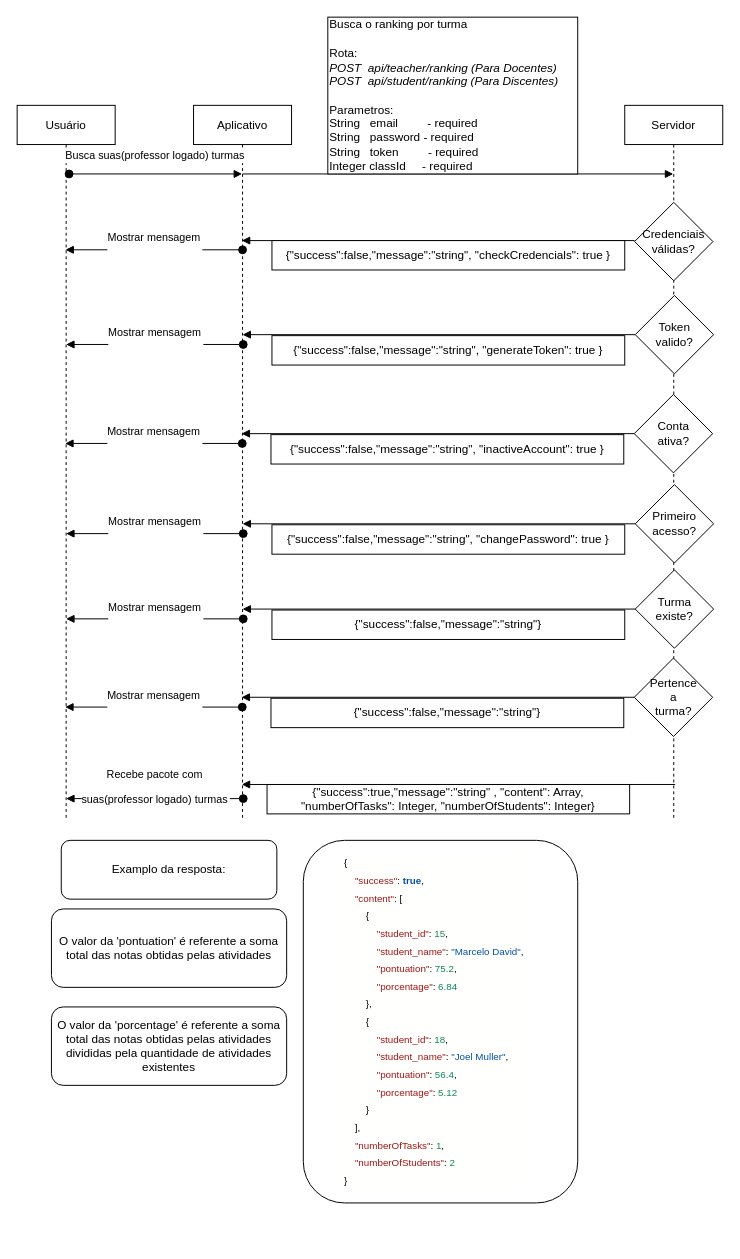
Above: rankingPorTurma-API.drawio in Projeto-Integrador-6/Backend (draw.io), before the change. Source tidied: cells renumbered, new cells numbered last; positions are measured from the earlier drawing's top-left corner, leaving out a move shared by most shapes. Both pictures are drawn from the tidied source at 98%, with x=0, y=0 at pixel (17, 17).
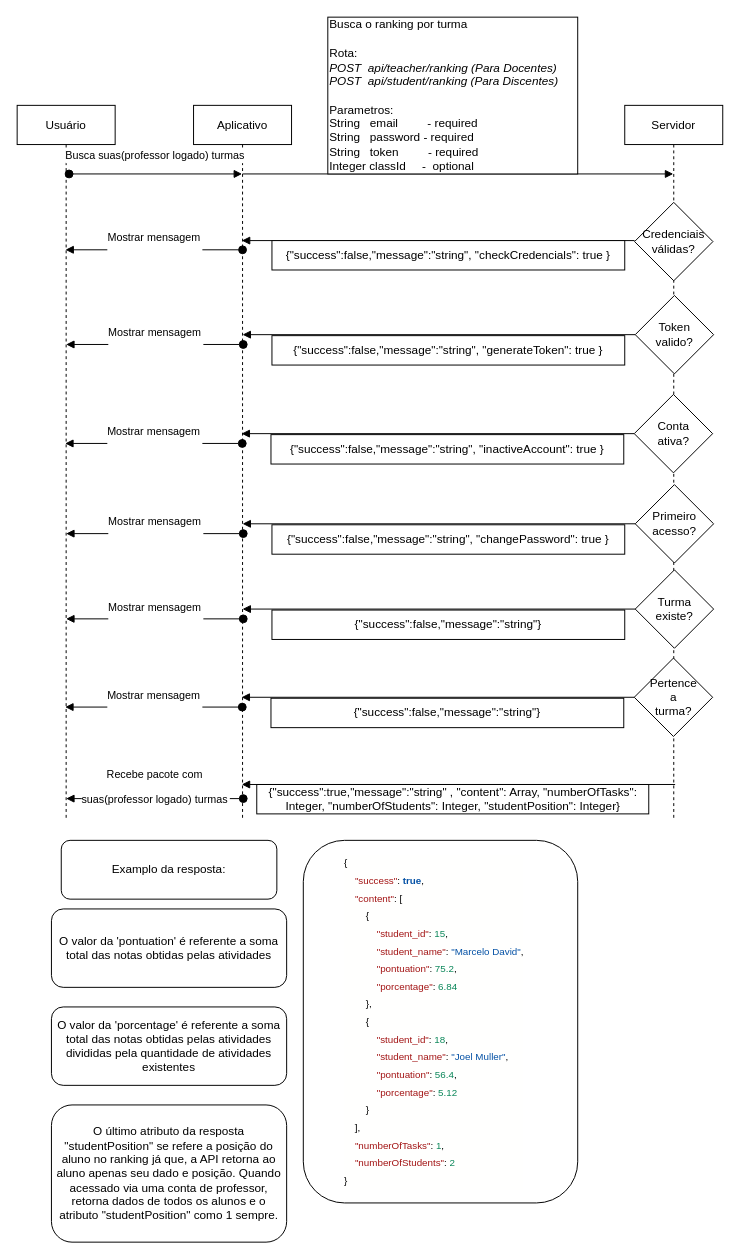
After the change.

Commit message (it also covers changes not shown here):
Updated Ranking method documentation

Change to the diagram source:
```diff
@@
-    <mxCell id="16" value="&lt;div align=&quot;left&quot;&gt;Busca o ranking por turma&lt;br&gt;&lt;/div&gt;&lt;div align=&quot;left&quot;&gt;&lt;br&gt;&lt;/div&gt;&lt;div align=&quot;left&quot;&gt;Rota: &lt;br&gt;&lt;/div&gt;&lt;div align=&quot;left&quot;&gt;&lt;i&gt;POST&amp;nbsp; api/teacher/ranking (Para Docentes)&lt;/i&gt;&lt;/div&gt;&lt;div align=&quot;left&quot;&gt;&lt;i&gt;POST&amp;nbsp; api/student/ranking (Para Discentes)&lt;/i&gt;&lt;span style=&quot;color: rgb(33, 33, 33); font-family: Inter, OpenSans, Helvetica, Arial, sans-serif; font-size: 12px; font-style: normal; font-variant-ligatures: normal; font-variant-caps: normal; font-weight: 400; letter-spacing: normal; text-align: left; text-indent: 0px; text-transform: none; word-spacing: 0px; -webkit-text-stroke-width: 0px; background-color: rgb(255, 255, 255); text-decoration-thickness: initial; text-decoration-style: initial; text-decoration-color: initial; display: inline !important; float: none;&quot;&gt;&lt;/span&gt;&lt;/div&gt;&lt;div align=&quot;left&quot;&gt;&lt;br&gt;&lt;/div&gt;&lt;div align=&quot;left&quot;&gt;Parametros: &lt;br&gt;&lt;/div&gt;&lt;div align=&quot;left&quot;&gt;String&amp;nbsp;&amp;nbsp; email &amp;nbsp; &amp;nbsp; &amp;nbsp; &amp;nbsp; &lt;span style=&quot;&quot;&gt;&#9;&lt;/span&gt;- required&lt;br&gt;&lt;/div&gt;&lt;div align=&quot;left&quot;&gt;String&amp;nbsp;&amp;nbsp; password - required&lt;br&gt;&lt;/div&gt;&lt;div&gt;String&amp;nbsp;&amp;nbsp; token &lt;span style=&quot;&quot;&gt;&#9;&lt;/span&gt;&amp;nbsp;&amp;nbsp;&amp;nbsp;&amp;nbsp; &amp;nbsp;&amp;nbsp; - required&lt;/div&gt;&lt;div&gt;Integer classId&amp;nbsp;&amp;nbsp;&amp;nbsp;&amp;nbsp; - required&lt;br&gt;&lt;/div&gt;" style="rounded=0;whiteSpace=wrap;html=1;align=left;" parent="1" vertex="1">
+    <mxCell id="16" value="&lt;div align=&quot;left&quot;&gt;Busca o ranking por turma&lt;br&gt;&lt;/div&gt;&lt;div align=&quot;left&quot;&gt;&lt;br&gt;&lt;/div&gt;&lt;div align=&quot;left&quot;&gt;Rota: &lt;br&gt;&lt;/div&gt;&lt;div align=&quot;left&quot;&gt;&lt;i&gt;POST&amp;nbsp; api/teacher/ranking (Para Docentes)&lt;/i&gt;&lt;/div&gt;&lt;div align=&quot;left&quot;&gt;&lt;i&gt;POST&amp;nbsp; api/student/ranking (Para Discentes)&lt;/i&gt;&lt;span style=&quot;color: rgb(33, 33, 33); font-family: Inter, OpenSans, Helvetica, Arial, sans-serif; font-size: 12px; font-style: normal; font-variant-ligatures: normal; font-variant-caps: normal; font-weight: 400; letter-spacing: normal; text-align: left; text-indent: 0px; text-transform: none; word-spacing: 0px; -webkit-text-stroke-width: 0px; background-color: rgb(255, 255, 255); text-decoration-thickness: initial; text-decoration-style: initial; text-decoration-color: initial; display: inline !important; float: none;&quot;&gt;&lt;/span&gt;&lt;/div&gt;&lt;div align=&quot;left&quot;&gt;&lt;br&gt;&lt;/div&gt;&lt;div align=&quot;left&quot;&gt;Parametros: &lt;br&gt;&lt;/div&gt;&lt;div align=&quot;left&quot;&gt;String&amp;nbsp;&amp;nbsp; email &amp;nbsp; &amp;nbsp; &amp;nbsp; &amp;nbsp; &lt;span style=&quot;&quot;&gt;&#9;&lt;/span&gt;- required&lt;br&gt;&lt;/div&gt;&lt;div align=&quot;left&quot;&gt;String&amp;nbsp;&amp;nbsp; password - required&lt;br&gt;&lt;/div&gt;&lt;div&gt;String&amp;nbsp;&amp;nbsp; token &lt;span style=&quot;&quot;&gt;&#9;&lt;/span&gt;&amp;nbsp;&amp;nbsp;&amp;nbsp;&amp;nbsp; &amp;nbsp;&amp;nbsp; - required&lt;/div&gt;&lt;div&gt;Integer classId&amp;nbsp;&amp;nbsp;&amp;nbsp;&amp;nbsp; -&amp;nbsp; optional&lt;br&gt;&lt;/div&gt;" style="rounded=0;whiteSpace=wrap;html=1;align=left;" parent="1" vertex="1">
       <mxGeometry x="317" width="255" height="160" as="geometry" />
     </mxCell>
@@
-    <mxCell id="22" value="&lt;div align=&quot;center&quot;&gt;{&quot;success&quot;:true,&quot;message&quot;:&quot;string&quot; , &quot;content&quot;: Array, &quot;numberOfTasks&quot;: Integer, &quot;numberOfStudents&quot;: Integer}&lt;/div&gt;" style="rounded=0;whiteSpace=wrap;html=1;align=center;" parent="1" vertex="1">
-      <mxGeometry x="255" y="783" width="370" height="30" as="geometry" />
+    <mxCell id="22" value="&lt;div align=&quot;center&quot;&gt;{&quot;success&quot;:true,&quot;message&quot;:&quot;string&quot; , &quot;content&quot;: Array, &quot;numberOfTasks&quot;: Integer, &quot;numberOfStudents&quot;: Integer, &quot;studentPosition&quot;: Integer}&lt;/div&gt;" style="rounded=0;whiteSpace=wrap;html=1;align=center;" parent="1" vertex="1">
+      <mxGeometry x="244.5" y="783" width="400" height="30" as="geometry" />
     </mxCell>
@@
+    <mxCell id="39" value="O último atributo da resposta &quot;studentPosition&quot; se refere a posição do aluno no ranking já que, a API retorna ao aluno apenas seu dado e posição. Quando acessado via uma conta de professor, retorna dados de todos os alunos e o atributo &quot;studentPosition&quot; como 1 sempre." style="rounded=1;whiteSpace=wrap;html=1;" parent="1" vertex="1">
+      <mxGeometry x="35" y="1110" width="240" height="140" as="geometry" />
+    </mxCell>
```
